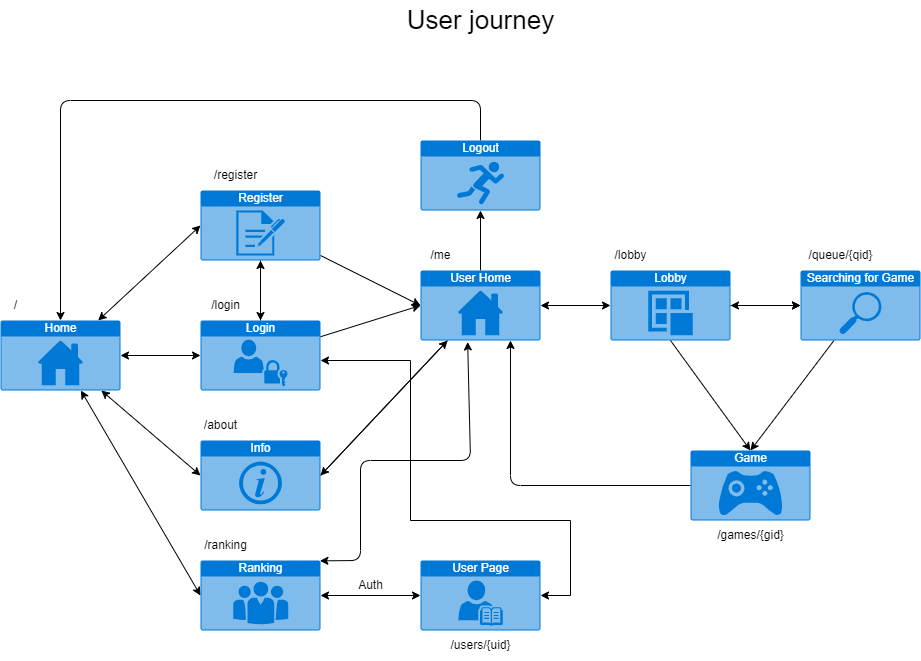
The draw.io diagram docs/diagrams/frontend/user-journey.drawio.png in Gongamax/Gomoku-Web, before a commit. Source tidied: cells renumbered, new cells last; positions are measured from the earlier drawing's top-left corner, leaving out a move shared by most shapes.
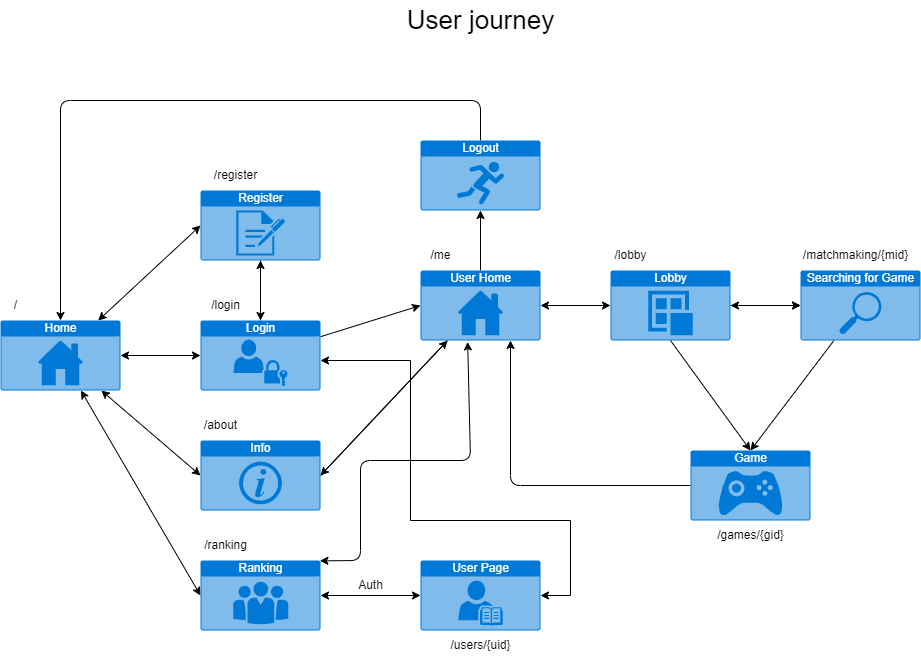
After the change.

The edit, as a diff of the source:
```diff
@@ -54,11 +54,6 @@
     <mxCell id="17" value="Info" style="html=1;strokeColor=none;fillColor=#0079D6;labelPosition=center;verticalLabelPosition=middle;verticalAlign=top;align=center;fontSize=12;outlineConnect=0;spacingTop=-6;fontColor=#FFFFFF;sketch=0;shape=mxgraph.sitemap.info;" parent="1" vertex="1">
       <mxGeometry x="200" y="440" width="120" height="70" as="geometry" />
     </mxCell>
-    <mxCell id="18" style="edgeStyle=none;html=1;entryX=0;entryY=0.5;entryDx=0;entryDy=0;entryPerimeter=0;" parent="1" edge="1" target="22">
-      <mxGeometry relative="1" as="geometry">
-        <mxPoint x="320" y="255" as="sourcePoint" />
-      </mxGeometry>
-    </mxCell>
     <mxCell id="19" style="edgeStyle=none;html=1;entryX=0;entryY=0.5;entryDx=0;entryDy=0;entryPerimeter=0;startArrow=classic;startFill=1;" parent="1" edge="1" source="22" target="45">
       <mxGeometry relative="1" as="geometry" />
     </mxCell>
@@ -152,8 +147,8 @@
     <mxCell id="41" value="/lobby" style="text;html=1;align=center;verticalAlign=middle;strokeColor=none;fillColor=none;" parent="1" vertex="1">
       <mxGeometry x="600" y="240" width="60" height="30" as="geometry" />
     </mxCell>
-    <mxCell id="42" value="/queue/{qid}" style="text;html=1;align=center;verticalAlign=middle;strokeColor=none;fillColor=none;" parent="1" vertex="1">
-      <mxGeometry x="795" y="240" width="90" height="30" as="geometry" />
+    <mxCell id="42" value="/matchmaking/{mid}" style="text;html=1;align=center;verticalAlign=middle;strokeColor=none;fillColor=none;" parent="1" vertex="1">
+      <mxGeometry x="790" y="240" width="130" height="30" as="geometry" />
     </mxCell>
     <mxCell id="43" value="/games/{gid}" style="text;html=1;align=center;verticalAlign=middle;strokeColor=none;fillColor=none;" parent="1" vertex="1">
       <mxGeometry x="705" y="520" width="90" height="30" as="geometry" />
```
